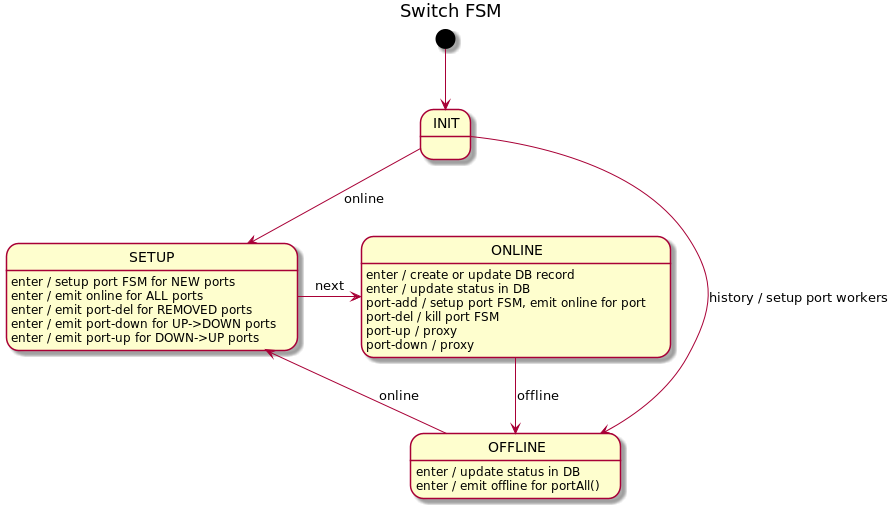
Above: docs/design/network-discovery/switch-FSM.png in telstra/open-kilda (PlantUML), before the change.
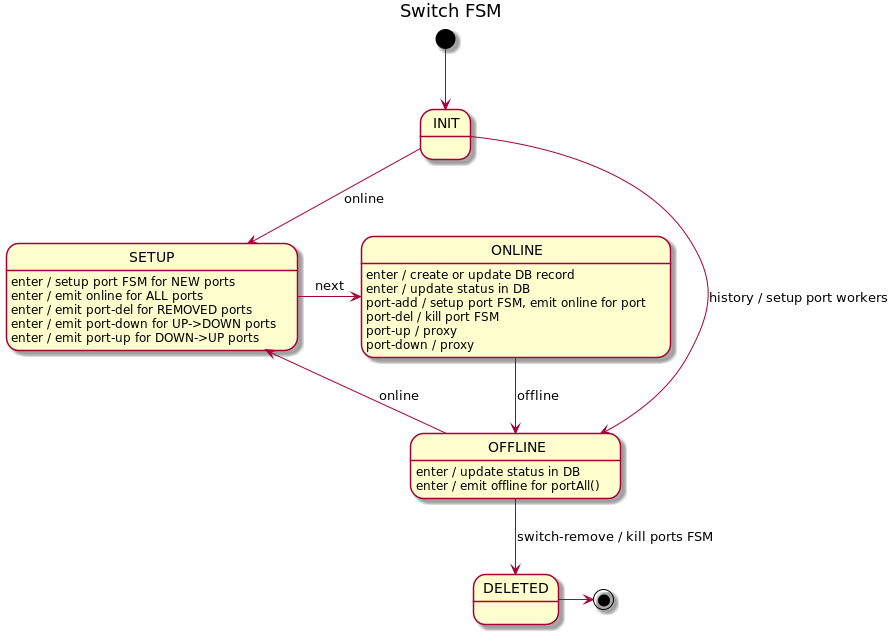
After the change.

Commit message:
Switch delete for new network topology and tests

What changed in the source:
```diff
@@ -24,4 +24,7 @@
 OFFLINE : enter / update status in DB
 OFFLINE : enter / emit offline for portAll()
 OFFLINE --> SETUP : online
+OFFLINE --> DELETED: switch-remove / kill ports FSM
+DELETED -> [*]
+
 @enduml
```
